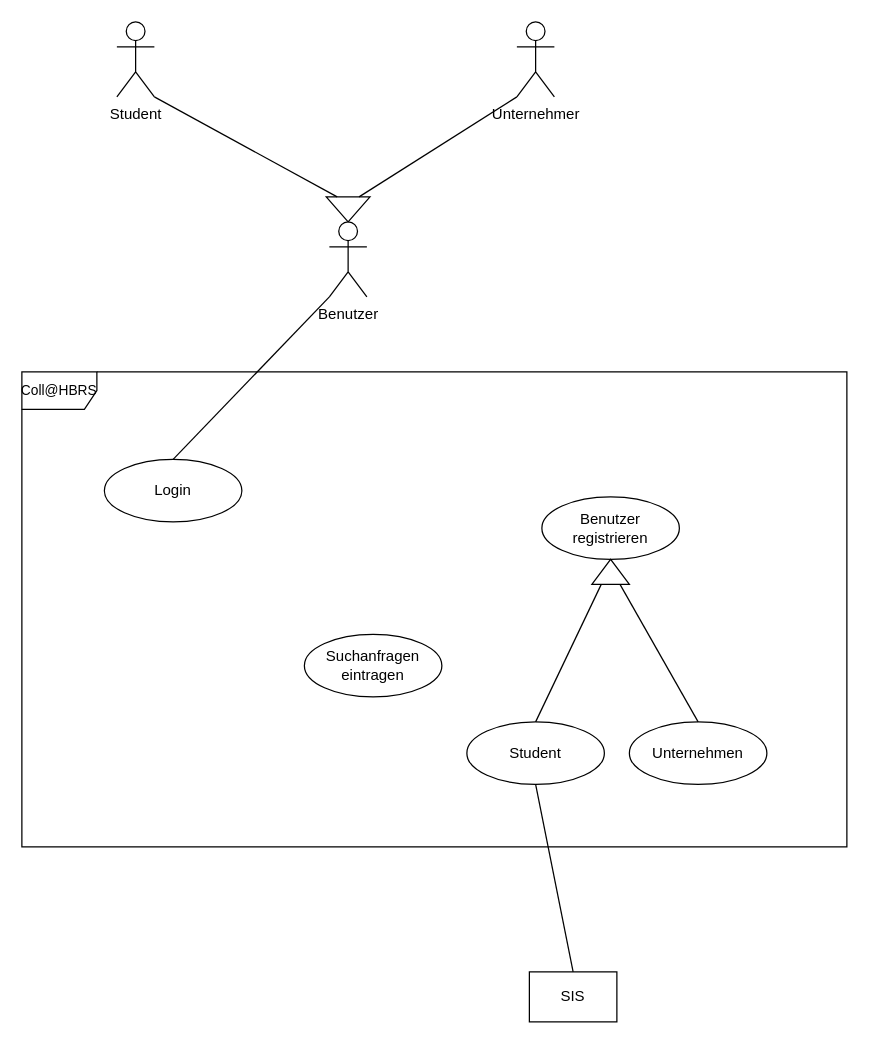
The draw.io diagram Untitled Diagram.drawio in dabels2s/studentOFHBRS, before the edit. Source tidied: cells renumbered, new cells numbered last; positions are measured from the earlier drawing's top-left corner, leaving out a move shared by most shapes. Both pictures are drawn from the tidied source at 125%, with x=0, y=0 at pixel (21, 21).
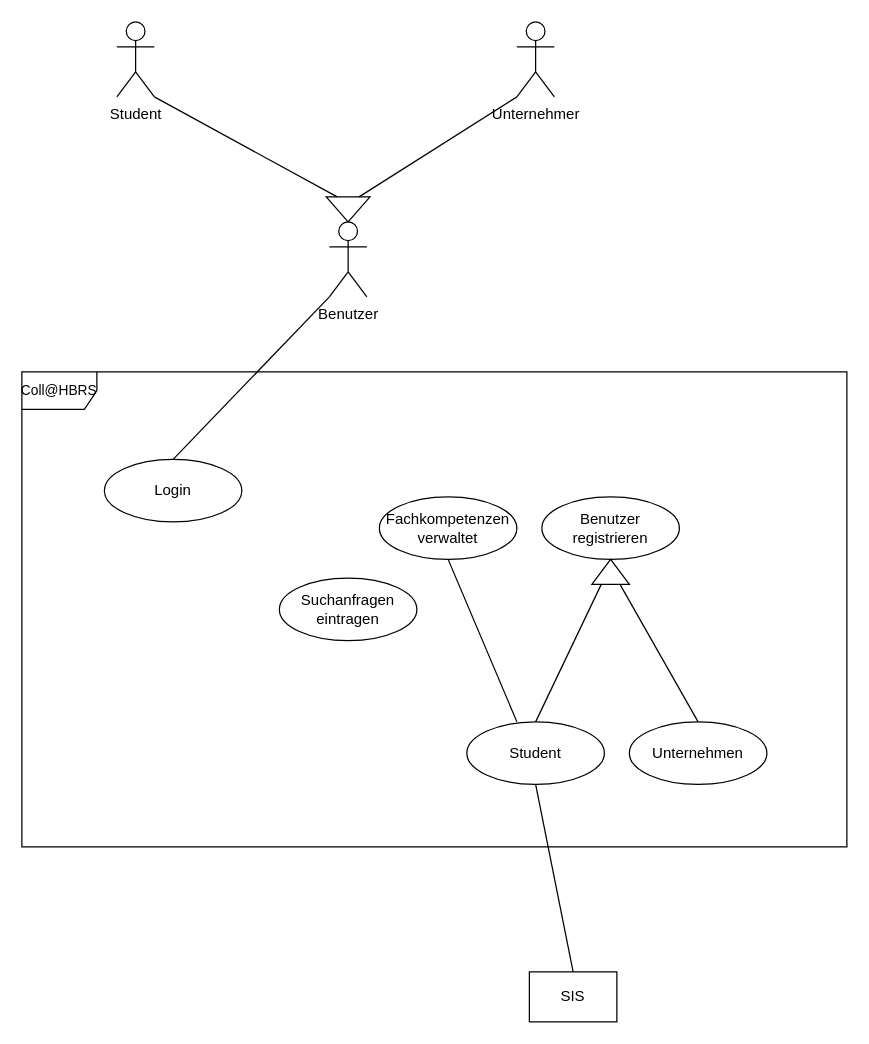
The same diagram, later.

The change refers to these unchanged cells:
```xml
<mxCell id="11" value="Student" style="ellipse;whiteSpace=wrap;html=1;" parent="1" vertex="1">
  <mxGeometry x="356" y="560" width="110" height="50" as="geometry" />
</mxCell>
```

Change to the diagram source:
```diff
@@
     <mxCell id="9" value="Suchanfragen eintragen" style="ellipse;whiteSpace=wrap;html=1;" parent="1" vertex="1">
-      <mxGeometry x="226" y="490" width="110" height="50" as="geometry" />
+      <mxGeometry x="206" y="445" width="110" height="50" as="geometry" />
     </mxCell>
@@
+    <mxCell id="20" value="Fachkompetenzen verwaltet" style="ellipse;whiteSpace=wrap;html=1;" parent="1" vertex="1">
+      <mxGeometry x="286" y="380" width="110" height="50" as="geometry" />
+    </mxCell>
+    <mxCell id="21" style="endArrow=none;html=1;exitX=0.5;exitY=1;exitDx=0;exitDy=0;entryX=0.364;entryY=0;entryDx=0;entryDy=0;entryPerimeter=0;" parent="1" edge="1" source="20" target="11">
+      <mxGeometry relative="1" as="geometry" />
+    </mxCell>
```
